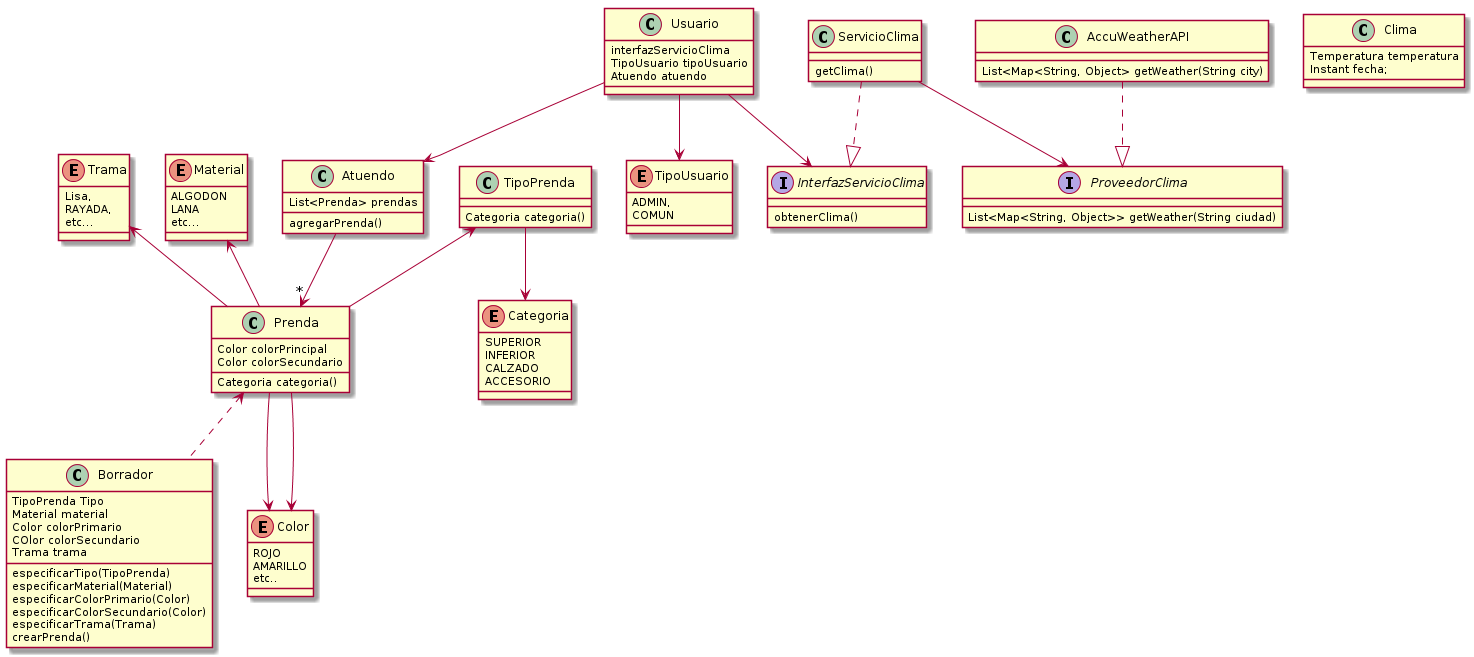
The PlantUML diagram diagrama.png in heinHertz/QueMePongoCuartaIteracion, before a commit.
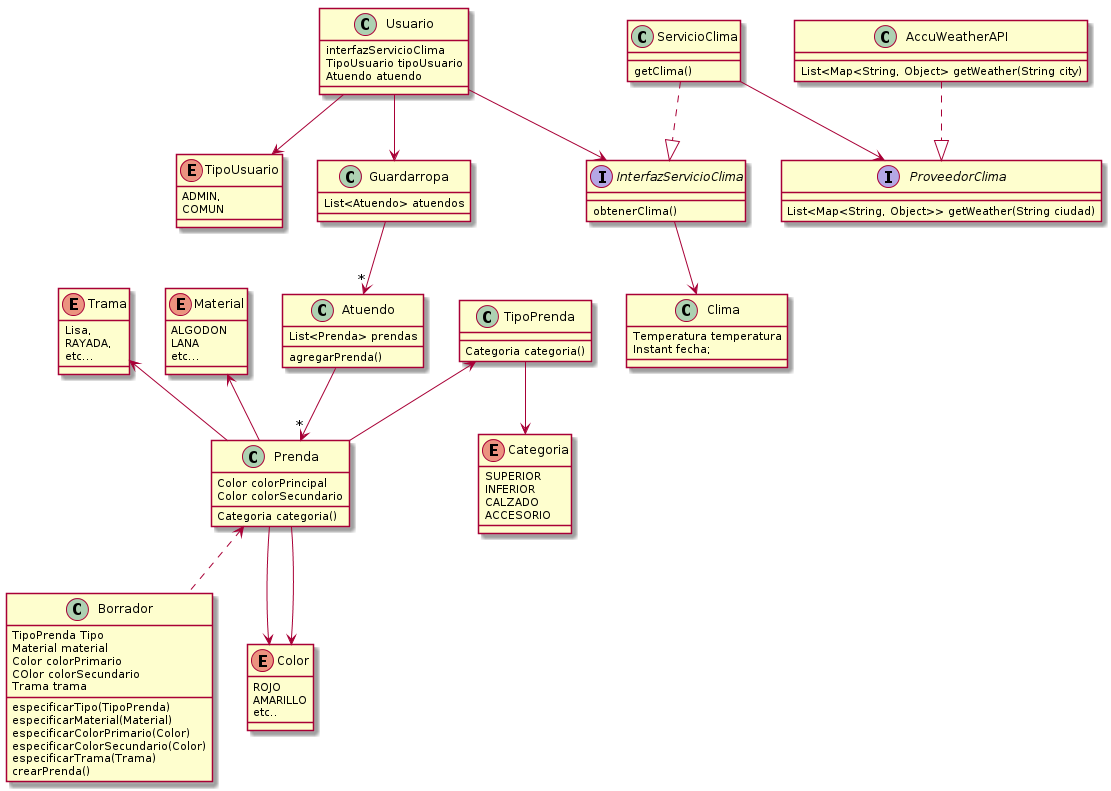
Above is the later version.

Change to the diagram source:
```diff
@@ -18,10 +18,14 @@
 Atuendo --> "*" Prenda
 ServicioClima  ..|> InterfazServicioClima
 ServicioClima --> ProveedorClima
-Usuario --> Atuendo
+
+Usuario --> Guardarropa
+
 Usuario --> InterfazServicioClima
 Usuario --> TipoUsuario
+Guardarropa --> "*" Atuendo
 
+InterfazServicioClima -->  Clima
 
 enum Color{
 ROJO
@@ -110,6 +114,11 @@
 
 }
 
+class Guardarropa{
+
+List<Atuendo> atuendos
+
+}
 enum TipoUsuario {
     ADMIN,
   COMUN
```
